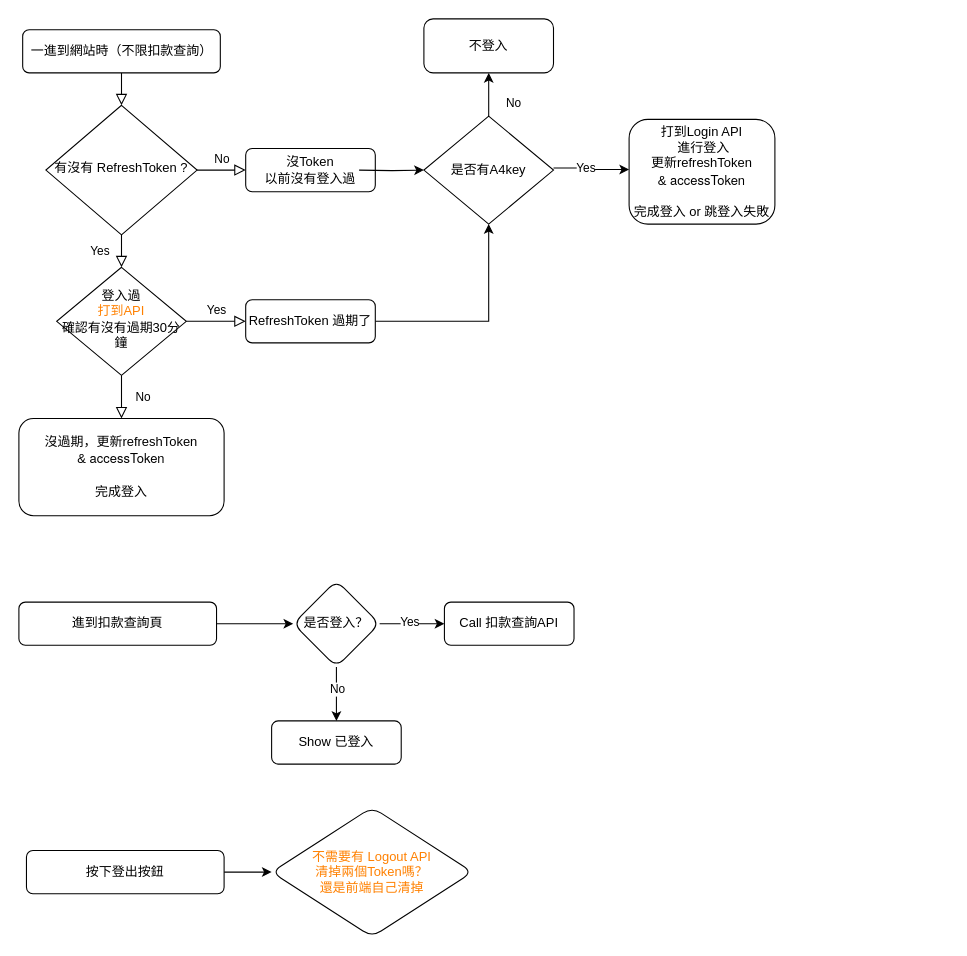
This is Untitled Diagram.drawio from YUNI0107/YUNI0107, a draw.io file, before an edit. Source tidied: cells renumbered, new cells numbered last; positions are measured from the earlier drawing's top-left corner, leaving out a move shared by most shapes. Both pictures are drawn from the tidied source at 108%, with x=0, y=0 at pixel (18, 18).
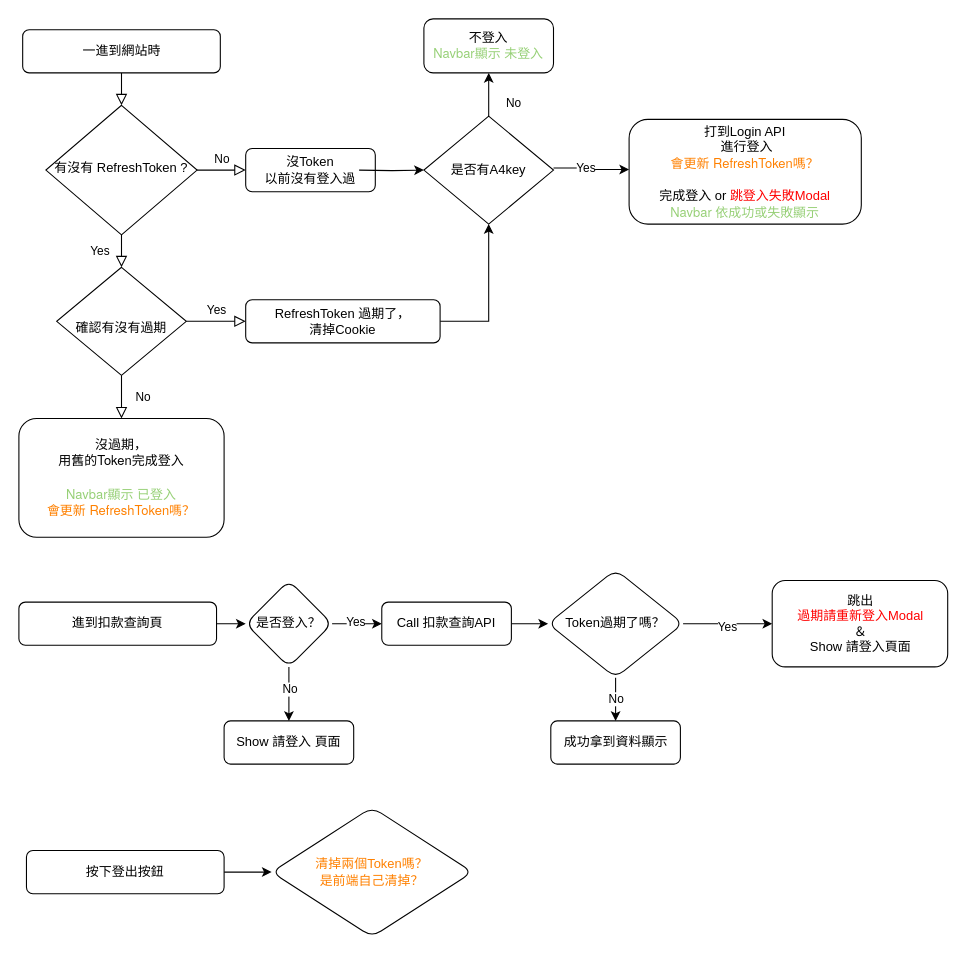
The same diagram, later.

Change to the diagram source:
```diff
@@
-    <mxCell id="3" value="一進到網站時（不限扣款查詢）" style="rounded=1;whiteSpace=wrap;html=1;fontSize=12;glass=0;strokeWidth=1;shadow=0;" parent="1" vertex="1">
+    <mxCell id="3" value="一進到網站時" style="rounded=1;whiteSpace=wrap;html=1;fontSize=12;glass=0;strokeWidth=1;shadow=0;" parent="1" vertex="1">
       <mxGeometry x="3.5" y="10" width="183" height="40" as="geometry" />
     </mxCell>
@@
-    <mxCell id="10" value="登入過&lt;br&gt;&lt;font color=&quot;#ff8000&quot;&gt;打到API&lt;/font&gt;&lt;br&gt;確認有沒有過期30分鐘" style="rhombus;whiteSpace=wrap;html=1;shadow=0;fontFamily=Helvetica;fontSize=12;align=center;strokeWidth=1;spacing=6;spacingTop=-4;" parent="1" vertex="1">
+    <mxCell id="10" value="&lt;br&gt;確認有沒有過期" style="rhombus;whiteSpace=wrap;html=1;shadow=0;fontFamily=Helvetica;fontSize=12;align=center;strokeWidth=1;spacing=6;spacingTop=-4;" parent="1" vertex="1">
       <mxGeometry x="35" y="230" width="120" height="100" as="geometry" />
     </mxCell>
-    <mxCell id="11" value="沒過期，更新refreshToken &amp;amp;&amp;nbsp;&lt;span style=&quot;font-family: &amp;#34;helvetica neue&amp;#34;&quot;&gt;accessToken&lt;br&gt;&lt;br&gt;完成登入&lt;br&gt;&lt;/span&gt;" style="rounded=1;whiteSpace=wrap;html=1;fontSize=12;glass=0;strokeWidth=1;shadow=0;" parent="1" vertex="1">
-      <mxGeometry y="370" width="190" height="90" as="geometry" />
+    <mxCell id="11" value="沒過期，&lt;br&gt;&lt;span style=&quot;font-family: &amp;#34;helvetica neue&amp;#34;&quot;&gt;用舊的Token完成登入&lt;br&gt;&lt;br&gt;&lt;font color=&quot;#97d077&quot;&gt;Navbar顯示 已登入&lt;/font&gt;&lt;br&gt;&lt;font color=&quot;#ff8000&quot;&gt;會更新 RefreshToken嗎？&lt;/font&gt;&lt;br&gt;&lt;/span&gt;" style="rounded=1;whiteSpace=wrap;html=1;fontSize=12;glass=0;strokeWidth=1;shadow=0;" parent="1" vertex="1">
+      <mxGeometry y="370" width="190" height="110" as="geometry" />
     </mxCell>
@@
-    <mxCell id="13" value="RefreshToken 過期了" style="rounded=1;whiteSpace=wrap;html=1;fontSize=12;glass=0;strokeWidth=1;shadow=0;" parent="1" vertex="1">
-      <mxGeometry x="210" y="260" width="120" height="40" as="geometry" />
+    <mxCell id="13" value="RefreshToken 過期了，&lt;br&gt;清掉Cookie" style="rounded=1;whiteSpace=wrap;html=1;fontSize=12;glass=0;strokeWidth=1;shadow=0;" parent="1" vertex="1">
+      <mxGeometry x="210" y="260" width="180" height="40" as="geometry" />
     </mxCell>
@@
-    <mxCell id="20" value="不登入" style="whiteSpace=wrap;html=1;rounded=1;shadow=0;strokeWidth=1;glass=0;arcSize=17;" parent="1" vertex="1">
+    <mxCell id="20" value="不登入&lt;br&gt;&lt;span style=&quot;color: rgb(151 , 208 , 119) ; font-family: &amp;#34;helvetica neue&amp;#34;&quot;&gt;Navbar顯示 未登入&lt;/span&gt;" style="whiteSpace=wrap;html=1;rounded=1;shadow=0;strokeWidth=1;glass=0;arcSize=17;" parent="1" vertex="1">
       <mxGeometry x="375" width="120" height="50" as="geometry" />
     </mxCell>
-    <mxCell id="21" value="打到Login API&lt;br&gt;&amp;nbsp;進行登入&lt;br&gt;更新refreshToken &amp;amp;&amp;nbsp;&lt;span style=&quot;font-family: &amp;#34;helvetica neue&amp;#34;&quot;&gt;accessToken&lt;br&gt;&lt;br&gt;&lt;/span&gt;完成登入 or 跳登入失敗" style="whiteSpace=wrap;html=1;rounded=1;shadow=0;strokeWidth=1;glass=0;arcSize=18;" parent="1" vertex="1">
-      <mxGeometry x="565" y="93" width="135" height="97" as="geometry" />
+    <mxCell id="21" value="打到Login API&lt;br&gt;&amp;nbsp;進行登入&lt;br&gt;&lt;span style=&quot;color: rgb(255 , 128 , 0) ; font-family: &amp;#34;helvetica neue&amp;#34;&quot;&gt;會更新 RefreshToken嗎？&lt;/span&gt;&lt;br&gt;&lt;span style=&quot;font-family: &amp;#34;helvetica neue&amp;#34;&quot;&gt;&lt;br&gt;&lt;/span&gt;完成登入 or &lt;font color=&quot;#ff0000&quot;&gt;跳登入失敗Modal&lt;/font&gt;&lt;br&gt;&lt;span style=&quot;color: rgb(151 , 208 , 119) ; font-family: &amp;#34;helvetica neue&amp;#34;&quot;&gt;Navbar 依成功或失敗顯示&lt;/span&gt;" style="whiteSpace=wrap;html=1;rounded=1;shadow=0;strokeWidth=1;glass=0;arcSize=18;" parent="1" vertex="1">
+      <mxGeometry x="565" y="93" width="215" height="97" as="geometry" />
     </mxCell>
@@
     <mxCell id="32" value="是否登入？" style="rhombus;whiteSpace=wrap;html=1;rounded=1;shadow=0;strokeWidth=1;glass=0;" parent="1" vertex="1">
-      <mxGeometry x="254" y="520" width="80" height="80" as="geometry" />
+      <mxGeometry x="210" y="520" width="80" height="80" as="geometry" />
     </mxCell>
+    <mxCell id="38" style="edgeStyle=orthogonalEdgeStyle;rounded=0;jettySize=auto;html=1;fontColor=#97D077;" parent="1" edge="1" source="33" target="42">
+      <mxGeometry relative="1" as="geometry" />
+    </mxCell>
     <mxCell id="33" value="Call 扣款查詢API" style="whiteSpace=wrap;html=1;rounded=1;shadow=0;strokeWidth=1;glass=0;" parent="1" vertex="1">
-      <mxGeometry x="394" y="540" width="120" height="40" as="geometry" />
+      <mxGeometry x="336" y="540" width="120" height="40" as="geometry" />
     </mxCell>
-    <mxCell id="34" value="Show 已登入" style="whiteSpace=wrap;html=1;rounded=1;shadow=0;strokeWidth=1;glass=0;" parent="1" vertex="1">
-      <mxGeometry x="234" y="650" width="120" height="40" as="geometry" />
+    <mxCell id="34" value="Show 請登入 頁面" style="whiteSpace=wrap;html=1;rounded=1;shadow=0;strokeWidth=1;glass=0;" parent="1" vertex="1">
+      <mxGeometry x="190" y="650" width="120" height="40" as="geometry" />
     </mxCell>
@@
-    <mxCell id="37" value="&lt;font color=&quot;#ff8000&quot;&gt;不需要有 Logout API &lt;br&gt;清掉兩個Token嗎？&lt;br&gt;還是前端自己清掉&lt;br&gt;&lt;/font&gt;" style="rhombus;whiteSpace=wrap;html=1;rounded=1;shadow=0;strokeWidth=1;glass=0;" parent="1" vertex="1">
+    <mxCell id="37" value="&lt;font color=&quot;#ff8000&quot;&gt;清掉兩個Token嗎？&lt;br&gt;是前端自己清掉？&lt;br&gt;&lt;/font&gt;" style="rhombus;whiteSpace=wrap;html=1;rounded=1;shadow=0;strokeWidth=1;glass=0;" parent="1" vertex="1">
       <mxGeometry x="234" y="730" width="186" height="120" as="geometry" />
     </mxCell>
+    <mxCell id="39" value="&lt;font color=&quot;#000000&quot;&gt;No&lt;/font&gt;" style="edgeStyle=orthogonalEdgeStyle;rounded=0;jettySize=auto;html=1;fontColor=#97D077;" parent="1" edge="1" source="42" target="43">
+      <mxGeometry relative="1" as="geometry" />
+    </mxCell>
+    <mxCell id="40" style="edgeStyle=orthogonalEdgeStyle;rounded=0;jettySize=auto;html=1;fontColor=#000000;" parent="1" edge="1" source="42" target="44">
+      <mxGeometry relative="1" as="geometry" />
+    </mxCell>
+    <mxCell id="41" value="Yes" style="edgeLabel;html=1;align=center;verticalAlign=middle;fontColor=#000000;" parent="40" vertex="1">
+      <mxGeometry x="-0.03" y="-2" relative="1" as="geometry" />
+    </mxCell>
+    <mxCell id="42" value="Token過期了嗎？" style="rhombus;whiteSpace=wrap;html=1;rounded=1;shadow=0;strokeWidth=1;glass=0;" parent="1" vertex="1">
+      <mxGeometry x="490" y="510" width="125" height="100" as="geometry" />
+    </mxCell>
+    <mxCell id="43" value="成功拿到資料顯示" style="whiteSpace=wrap;html=1;rounded=1;shadow=0;strokeWidth=1;glass=0;" parent="1" vertex="1">
+      <mxGeometry x="492.5" y="650" width="120" height="40" as="geometry" />
+    </mxCell>
+    <mxCell id="44" value="跳出 &lt;br&gt;&lt;font color=&quot;#ff0000&quot;&gt;過期請重新登入Modal&lt;/font&gt;&lt;br&gt;＆&lt;br&gt;Show 請登入頁面" style="whiteSpace=wrap;html=1;rounded=1;shadow=0;strokeWidth=1;glass=0;" parent="1" vertex="1">
+      <mxGeometry x="697.5" y="520" width="162.5" height="80" as="geometry" />
+    </mxCell>
```
